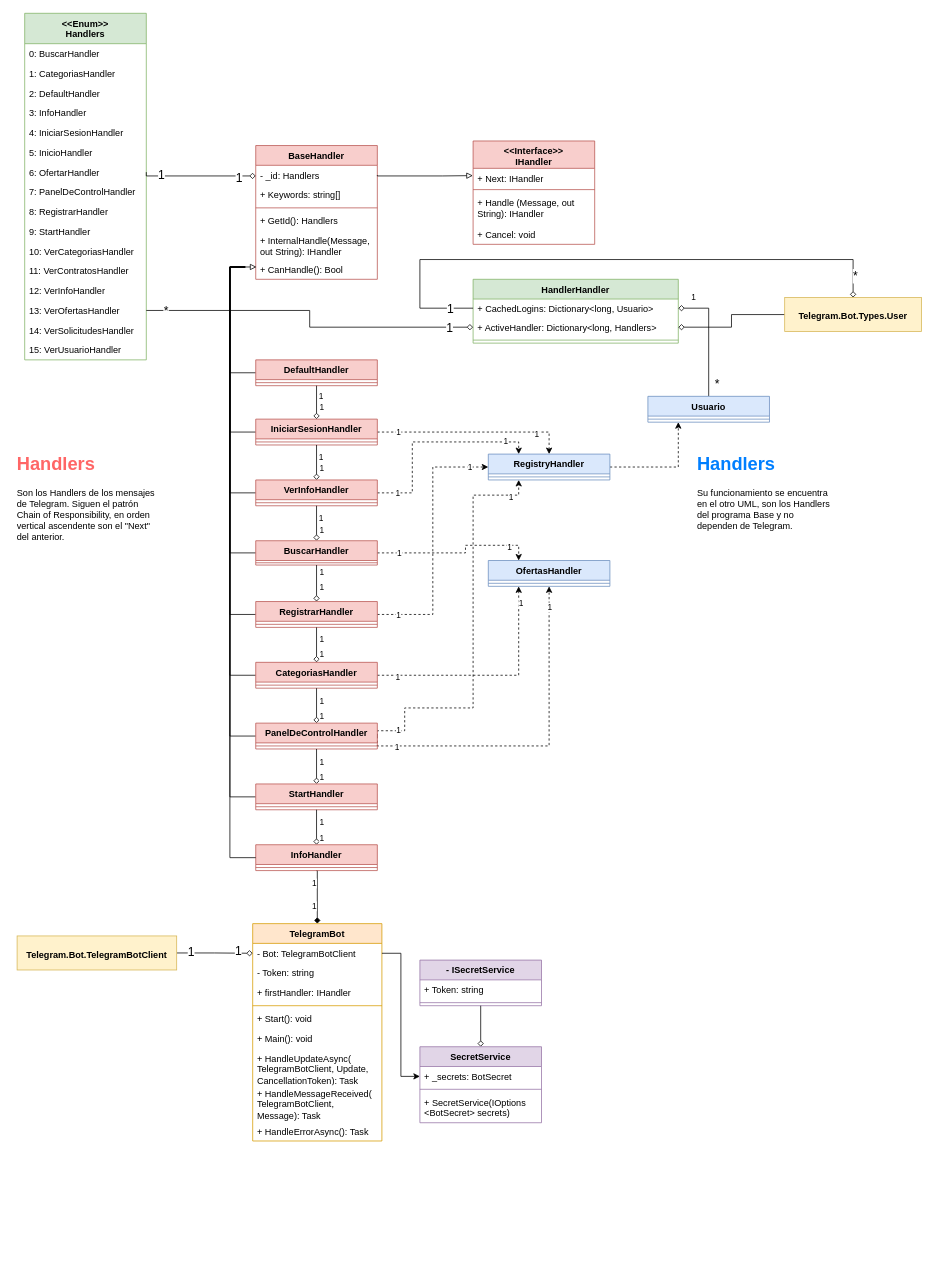
This is docs/UML BotHandlers.drawio from SantiagoPanozzo/TelegramChatBot, a draw.io file, before an edit. Source tidied: cells renumbered, new cells numbered last; positions are measured from the earlier drawing's top-left corner, leaving out a move shared by most shapes. Both pictures are drawn from the tidied source at 76%, with x=0, y=0 at pixel (13, 13).
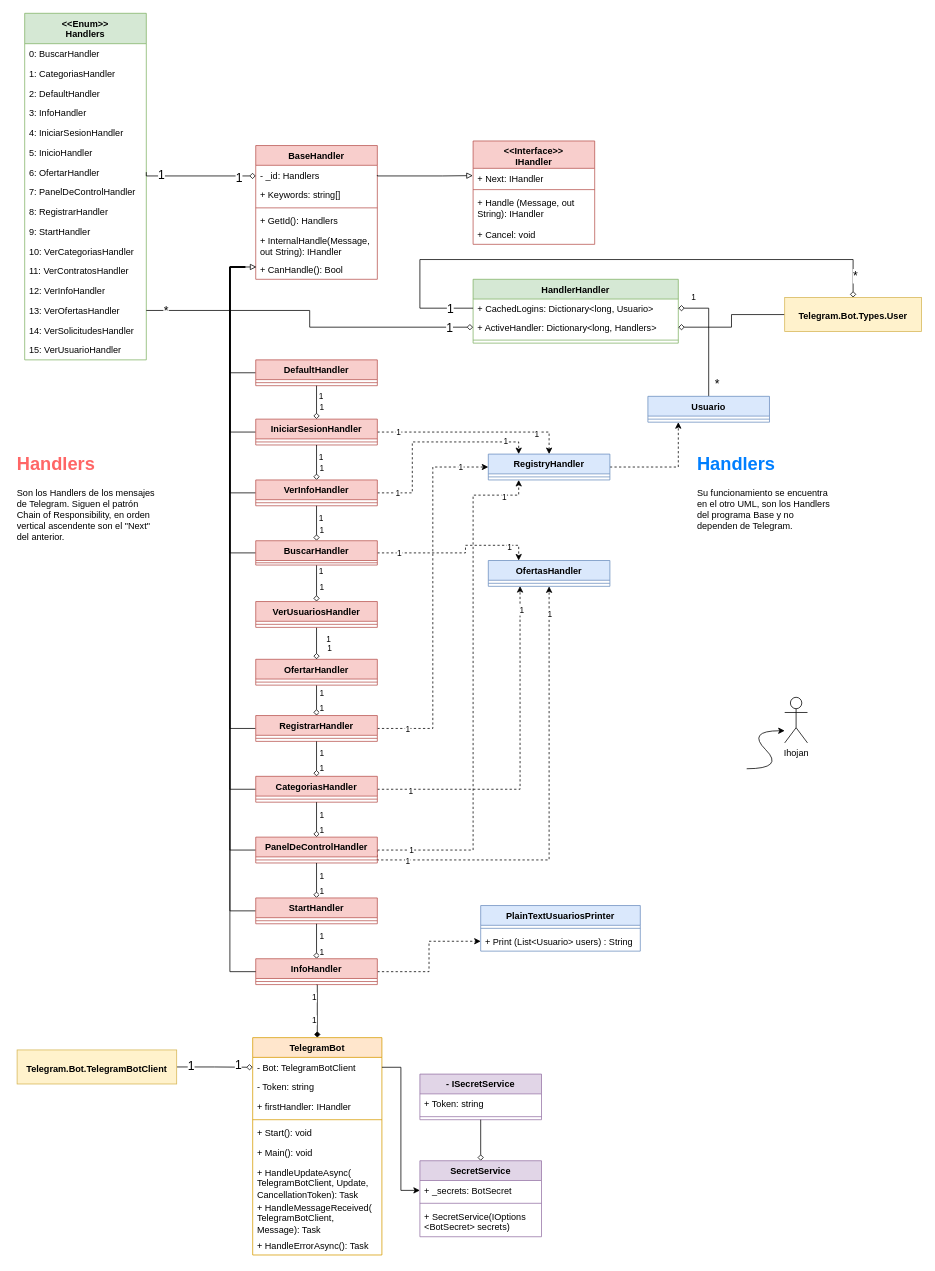
The same page after the edit.

The change refers to these unchanged cells:
```xml
<mxCell id="57" value="BuscarHandler" style="swimlane;fontStyle=1;align=center;verticalAlign=top;horizontal=1;startSize=26;fillColor=#f8cecc;strokeColor=#b85450;" parent="1" vertex="1">
  <mxGeometry x="319" y="694" width="160" height="32" as="geometry" />
</mxCell>
<mxCell id="126" value="RegistryHandler" style="swimlane;fontStyle=1;align=center;verticalAlign=top;horizontal=1;startSize=26;fillColor=#dae8fc;strokeColor=#6c8ebf;" parent="1" vertex="1">
  <mxGeometry x="625" y="580" width="160" height="34" as="geometry" />
</mxCell>
<mxCell id="128" value="OfertasHandler" style="swimlane;fontStyle=1;align=center;verticalAlign=top;horizontal=1;startSize=26;fillColor=#dae8fc;strokeColor=#6c8ebf;" parent="1" vertex="1">
  <mxGeometry x="625" y="720" width="160" height="34" as="geometry" />
</mxCell>
<mxCell id="129" style="line;strokeWidth=1;fillColor=none;align=left;verticalAlign=middle;spacingTop=-1;spacingLeft=3;spacingRight=3;labelPosition=right;points=[];portConstraint=eastwest;strokeColor=inherit;" parent="128" vertex="1">
  <mxGeometry y="26" width="160" height="8" as="geometry" />
</mxCell>
```

What changed in the source:
```diff
@@
+    <mxCell id="155" value="1" style="edgeStyle=orthogonalEdgeStyle;rounded=0;jettySize=auto;html=1;exitX=0.5;exitY=1;exitDx=0;exitDy=0;entryX=0.5;entryY=0;entryDx=0;entryDy=0;endArrow=diamond;endFill=0;" parent="1" edge="1" source="57" target="166">
+      <mxGeometry x="-0.67" y="6" relative="1" as="geometry" />
+    </mxCell>
+    <mxCell id="156" value="1" style="edgeLabel;html=1;align=center;verticalAlign=middle;" parent="155" vertex="1">
+      <mxGeometry x="0.24" y="-2" relative="1" as="geometry">
+        <mxPoint x="8" y="-2" as="offset" />
+      </mxGeometry>
+    </mxCell>
@@
-    <mxCell id="60" style="edgeStyle=orthogonalEdgeStyle;rounded=0;sketch=0;jettySize=auto;html=1;exitX=0.5;exitY=0;exitDx=0;exitDy=0;entryX=0.5;entryY=1;entryDx=0;entryDy=0;shadow=0;strokeColor=default;strokeWidth=1;startArrow=diamond;startFill=0;endArrow=none;endFill=0;" parent="1" edge="1" source="66" target="57">
-      <mxGeometry relative="1" as="geometry" />
-    </mxCell>
-    <mxCell id="61" value="1" style="edgeLabel;html=1;align=center;verticalAlign=middle;" parent="60" vertex="1">
-      <mxGeometry x="0.2" y="-1" relative="1" as="geometry">
-        <mxPoint x="5" y="-11" as="offset" />
-      </mxGeometry>
-    </mxCell>
-    <mxCell id="62" value="1" style="edgeLabel;html=1;align=center;verticalAlign=middle;" parent="60" vertex="1">
-      <mxGeometry x="-0.18" y="-2" relative="1" as="geometry">
-        <mxPoint x="4" as="offset" />
-      </mxGeometry>
-    </mxCell>
@@
     <mxCell id="66" value="RegistrarHandler" style="swimlane;fontStyle=1;align=center;verticalAlign=top;horizontal=1;startSize=26;fillColor=#f8cecc;strokeColor=#b85450;" parent="1" vertex="1">
-      <mxGeometry x="319" y="774" width="160" height="34" as="geometry" />
+      <mxGeometry x="319" y="924" width="160" height="34" as="geometry" />
     </mxCell>
@@
-    <mxCell id="72" style="edgeStyle=orthogonalEdgeStyle;rounded=0;jettySize=auto;html=1;exitX=1;exitY=0.5;exitDx=0;exitDy=0;entryX=0.25;entryY=1;entryDx=0;entryDy=0;dashed=1;" parent="1" edge="1" source="75" target="128">
+    <mxCell id="72" style="edgeStyle=orthogonalEdgeStyle;rounded=0;jettySize=auto;html=1;exitX=1;exitY=0.5;exitDx=0;exitDy=0;entryX=0.261;entryY=0.957;entryDx=0;entryDy=0;dashed=1;entryPerimeter=0;" parent="1" edge="1" source="75" target="129">
       <mxGeometry relative="1" as="geometry" />
     </mxCell>
@@
     <mxCell id="75" value="CategoriasHandler" style="swimlane;fontStyle=1;align=center;verticalAlign=top;horizontal=1;startSize=26;fillColor=#f8cecc;strokeColor=#b85450;" parent="1" vertex="1">
-      <mxGeometry x="319" y="854" width="160" height="34" as="geometry" />
+      <mxGeometry x="319" y="1004" width="160" height="34" as="geometry" />
     </mxCell>
@@
     <mxCell id="81" style="edgeStyle=orthogonalEdgeStyle;rounded=0;jettySize=auto;html=1;exitX=1;exitY=0.5;exitDx=0;exitDy=0;entryX=0.5;entryY=1;entryDx=0;entryDy=0;dashed=1;" parent="1" edge="1" source="87" target="128">
       <mxGeometry relative="1" as="geometry">
         <Array as="points">
-          <mxPoint x="479" y="964" />
-          <mxPoint x="705" y="964" />
+          <mxPoint x="479" y="1114" />
+          <mxPoint x="705" y="1114" />
         </Array>
       </mxGeometry>
     </mxCell>
@@
     <mxCell id="84" style="edgeStyle=orthogonalEdgeStyle;rounded=0;jettySize=auto;html=1;exitX=1;exitY=0.5;exitDx=0;exitDy=0;entryX=0.25;entryY=1;entryDx=0;entryDy=0;dashed=1;" parent="1" edge="1" source="87" target="126">
       <mxGeometry relative="1" as="geometry">
         <Array as="points">
-          <mxPoint x="479" y="944" />
-          <mxPoint x="515" y="944" />
-          <mxPoint x="515" y="914" />
-          <mxPoint x="605" y="914" />
+          <mxPoint x="605" y="1101" />
           <mxPoint x="605" y="634" />
           <mxPoint x="665" y="634" />
         </Array>
       </mxGeometry>
     </mxCell>
@@
     <mxCell id="87" value="PanelDeControlHandler" style="swimlane;fontStyle=1;align=center;verticalAlign=top;horizontal=1;startSize=26;fillColor=#f8cecc;strokeColor=#b85450;" parent="1" vertex="1">
-      <mxGeometry x="319" y="934" width="160" height="34" as="geometry" />
+      <mxGeometry x="319" y="1084" width="160" height="34" as="geometry" />
     </mxCell>
@@
     <mxCell id="93" value="StartHandler" style="swimlane;fontStyle=1;align=center;verticalAlign=top;horizontal=1;startSize=26;fillColor=#f8cecc;strokeColor=#b85450;" parent="1" vertex="1">
-      <mxGeometry x="319" y="1014" width="160" height="34" as="geometry" />
+      <mxGeometry x="319" y="1164" width="160" height="34" as="geometry" />
     </mxCell>
@@
     <mxCell id="98" style="edgeStyle=orthogonalEdgeStyle;rounded=0;sketch=0;jettySize=auto;html=1;exitX=0.5;exitY=1;exitDx=0;exitDy=0;entryX=0.5;entryY=0;entryDx=0;entryDy=0;shadow=0;strokeColor=default;strokeWidth=1;startArrow=none;startFill=0;endArrow=diamond;endFill=1;" parent="1" edge="1" source="101" target="106">
       <mxGeometry relative="1" as="geometry">
         <Array as="points">
-          <mxPoint x="400" y="1128" />
+          <mxPoint x="400" y="1278" />
         </Array>
       </mxGeometry>
     </mxCell>
@@
+    <mxCell id="157" style="edgeStyle=orthogonalEdgeStyle;rounded=0;jettySize=auto;html=1;exitX=1;exitY=0.5;exitDx=0;exitDy=0;entryX=0;entryY=0.5;entryDx=0;entryDy=0;endArrow=classic;endFill=1;dashed=1;" parent="1" edge="1" source="101" target="171">
+      <mxGeometry relative="1" as="geometry" />
+    </mxCell>
     <mxCell id="101" value="InfoHandler" style="swimlane;fontStyle=1;align=center;verticalAlign=top;horizontal=1;startSize=26;fillColor=#f8cecc;strokeColor=#b85450;" parent="1" vertex="1">
-      <mxGeometry x="319" y="1094" width="160" height="34" as="geometry" />
+      <mxGeometry x="319" y="1244" width="160" height="34" as="geometry" />
     </mxCell>
@@
     <mxCell id="103" style="edgeStyle=orthogonalEdgeStyle;rounded=0;jettySize=auto;html=1;entryX=0;entryY=0.5;entryDx=0;entryDy=0;startArrow=none;startFill=0;endArrow=none;endFill=2;strokeColor=default;strokeWidth=1;sketch=0;shadow=0;" parent="1" edge="1" target="101">
       <mxGeometry relative="1" as="geometry">
         <mxPoint x="305" y="334" as="sourcePoint" />
         <Array as="points">
-          <mxPoint x="305" y="334" />
           <mxPoint x="285" y="334" />
-          <mxPoint x="285" y="1111" />
+          <mxPoint x="285" y="1261" />
         </Array>
       </mxGeometry>
     </mxCell>
@@
     <mxCell id="106" value="TelegramBot" style="swimlane;fontStyle=1;align=center;verticalAlign=top;horizontal=1;startSize=26;fillColor=#ffe6cc;strokeColor=#d79b00;" parent="1" vertex="1">
-      <mxGeometry x="315" y="1197.8" width="170" height="286" as="geometry" />
+      <mxGeometry x="315" y="1347.8" width="170" height="286" as="geometry" />
     </mxCell>
@@
     <mxCell id="116" value="- ISecretService" style="swimlane;fontStyle=1;align=center;verticalAlign=top;horizontal=1;startSize=26;fillColor=#e1d5e7;strokeColor=#9673a6;" parent="1" vertex="1">
-      <mxGeometry x="535" y="1245.8" width="160" height="60" as="geometry" />
+      <mxGeometry x="535" y="1395.8" width="160" height="60" as="geometry" />
     </mxCell>
@@
     <mxCell id="120" value="SecretService" style="swimlane;fontStyle=1;align=center;verticalAlign=top;horizontal=1;startSize=26;fillColor=#e1d5e7;strokeColor=#9673a6;" parent="1" vertex="1">
-      <mxGeometry x="535" y="1359.8" width="160" height="100" as="geometry" />
+      <mxGeometry x="535" y="1509.8" width="160" height="100" as="geometry" />
     </mxCell>
@@
     <mxCell id="149" value="&lt;p style=&quot;margin:0px;margin-top:4px;text-align:center;&quot;&gt;&lt;br&gt;&lt;b&gt;Telegram.Bot.TelegramBotClient&lt;/b&gt;&lt;/p&gt;" style="verticalAlign=top;align=left;overflow=fill;fontSize=12;fontFamily=Helvetica;html=1;fillColor=#fff2cc;strokeColor=#d6b656;" parent="1" vertex="1">
-      <mxGeometry x="5" y="1214" width="210" height="44.8" as="geometry" />
+      <mxGeometry x="5" y="1364" width="210" height="44.8" as="geometry" />
     </mxCell>
@@
+    <mxCell id="158" value="&lt;font color=&quot;#000000&quot;&gt;Ihojan&lt;/font&gt;" style="shape=umlActor;verticalLabelPosition=bottom;verticalAlign=top;html=1;fontColor=#007FFF;" parent="1" vertex="1">
+      <mxGeometry x="1015" y="900" width="30" height="60" as="geometry" />
+    </mxCell>
+    <mxCell id="159" style="edgeStyle=orthogonalEdgeStyle;rounded=0;jettySize=auto;html=1;exitX=0.5;exitY=1;exitDx=0;exitDy=0;entryX=0.5;entryY=0;entryDx=0;entryDy=0;endArrow=diamond;endFill=0;" parent="1" edge="1" source="162" target="66">
+      <mxGeometry relative="1" as="geometry" />
+    </mxCell>
+    <mxCell id="160" value="1" style="edgeLabel;html=1;align=center;verticalAlign=middle;" parent="159" vertex="1">
+      <mxGeometry x="-0.28" relative="1" as="geometry">
+        <mxPoint x="6" y="-4" as="offset" />
+      </mxGeometry>
+    </mxCell>
+    <mxCell id="161" value="1" style="edgeLabel;html=1;align=center;verticalAlign=middle;" parent="159" vertex="1">
+      <mxGeometry x="0.28" relative="1" as="geometry">
+        <mxPoint x="6" y="4" as="offset" />
+      </mxGeometry>
+    </mxCell>
+    <mxCell id="162" value="OfertarHandler" style="swimlane;fontStyle=1;align=center;verticalAlign=top;horizontal=1;startSize=26;fillColor=#f8cecc;strokeColor=#b85450;" parent="1" vertex="1">
+      <mxGeometry x="319" y="850" width="160" height="34" as="geometry" />
+    </mxCell>
+    <mxCell id="163" style="line;strokeWidth=1;fillColor=none;align=left;verticalAlign=middle;spacingTop=-1;spacingLeft=3;spacingRight=3;labelPosition=right;strokeColor=inherit;" parent="162" vertex="1">
+      <mxGeometry y="26" width="160" height="8" as="geometry" />
+    </mxCell>
+    <mxCell id="164" value="1" style="edgeStyle=orthogonalEdgeStyle;rounded=0;jettySize=auto;html=1;exitX=0.5;exitY=1;exitDx=0;exitDy=0;entryX=0.5;entryY=0;entryDx=0;entryDy=0;endArrow=diamond;endFill=0;" parent="1" edge="1" source="166" target="162">
+      <mxGeometry x="-0.24" y="16" relative="1" as="geometry" />
+    </mxCell>
+    <mxCell id="165" value="1" style="edgeLabel;html=1;align=center;verticalAlign=middle;" parent="164" vertex="1">
+      <mxGeometry x="0.18" relative="1" as="geometry">
+        <mxPoint x="16" y="1" as="offset" />
+      </mxGeometry>
+    </mxCell>
+    <mxCell id="166" value="VerUsuariosHandler" style="swimlane;fontStyle=1;align=center;verticalAlign=top;horizontal=1;startSize=26;fillColor=#f8cecc;strokeColor=#b85450;" parent="1" vertex="1">
+      <mxGeometry x="319" y="774" width="160" height="34" as="geometry" />
+    </mxCell>
+    <mxCell id="167" style="line;strokeWidth=1;fillColor=none;align=left;verticalAlign=middle;spacingTop=-1;spacingLeft=3;spacingRight=3;labelPosition=right;strokeColor=inherit;" parent="166" vertex="1">
+      <mxGeometry y="26" width="160" height="8" as="geometry" />
+    </mxCell>
+    <mxCell id="168" style="curved=1;endArrow=classic;html=1;rounded=0;" parent="1" edge="1">
+      <mxGeometry relative="1" as="geometry">
+        <mxPoint x="965" y="994" as="sourcePoint" />
+        <mxPoint x="1015" y="944" as="targetPoint" />
+        <Array as="points">
+          <mxPoint x="1015" y="994" />
+          <mxPoint x="965" y="944" />
+        </Array>
+      </mxGeometry>
+    </mxCell>
+    <mxCell id="169" value="PlainTextUsuariosPrinter" style="swimlane;fontStyle=1;align=center;verticalAlign=top;horizontal=1;startSize=26;fillColor=#dae8fc;strokeColor=#6c8ebf;" parent="1" vertex="1">
+      <mxGeometry x="615" y="1174" width="210" height="60" as="geometry" />
+    </mxCell>
+    <mxCell id="170" style="line;strokeWidth=1;fillColor=none;align=left;verticalAlign=middle;spacingTop=-1;spacingLeft=3;spacingRight=3;labelPosition=right;strokeColor=inherit;" parent="169" vertex="1">
+      <mxGeometry y="26" width="210" height="8" as="geometry" />
+    </mxCell>
+    <mxCell id="171" value="+ Print (List&lt;Usuario&gt; users) : String" style="text;strokeColor=none;fillColor=none;align=left;verticalAlign=top;spacingLeft=4;spacingRight=4;overflow=hidden;points=[[0,0.5],[1,0.5]];portConstraint=eastwest;whiteSpace=wrap;" parent="169" vertex="1">
+      <mxGeometry y="34" width="210" height="26" as="geometry" />
+    </mxCell>
```
